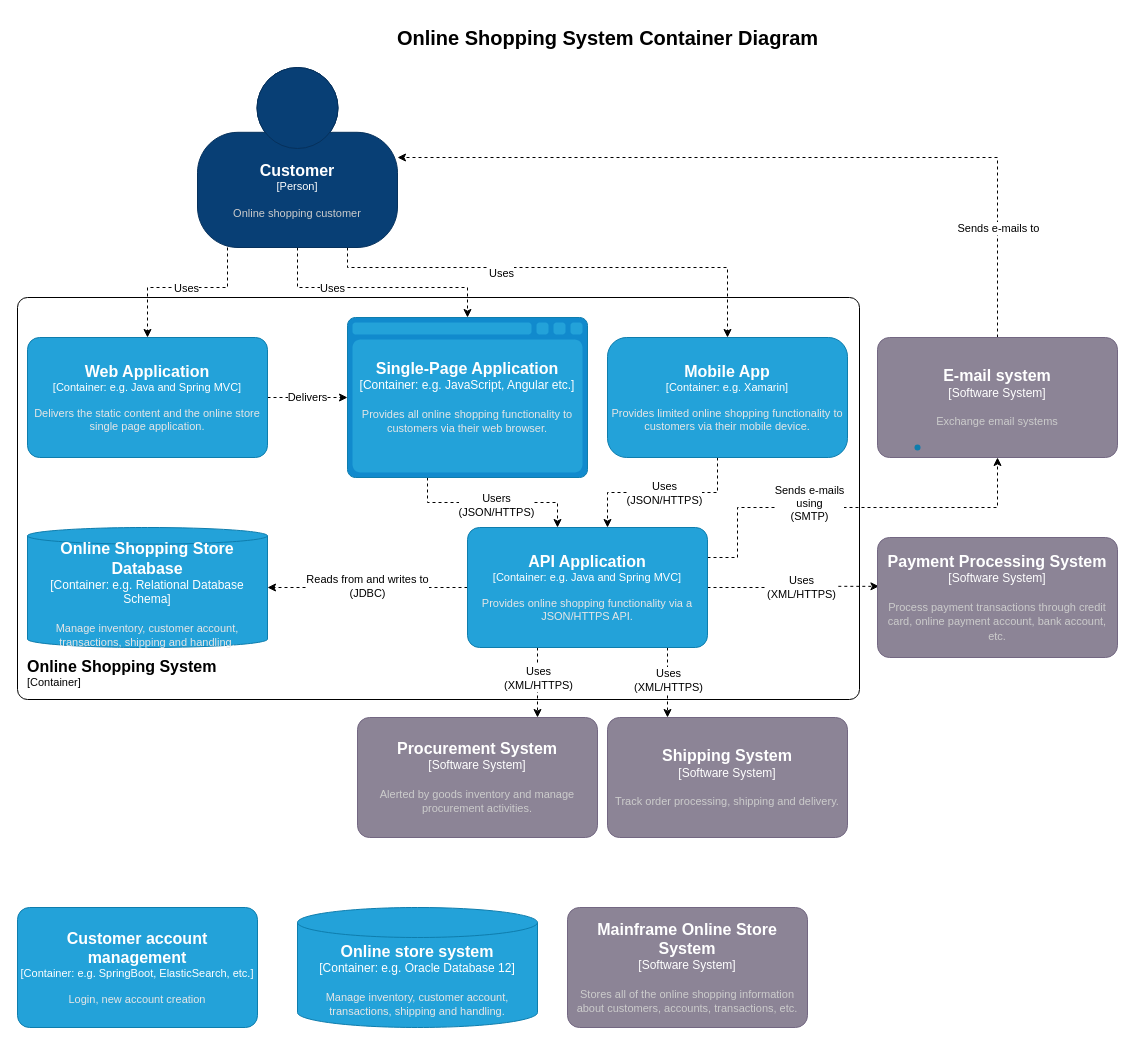
ilvfruits/hello-world keeps this draw.io diagram as OnlingShoppingStoreSystemDiagram.drawio. Above is the earlier version. Source tidied: cells renumbered, new cells numbered last; positions are measured from the earlier drawing's top-left corner, leaving out a move shared by most shapes. Both pictures are drawn from the tidied source at 100%, with x=0, y=0 at pixel (17, 17).
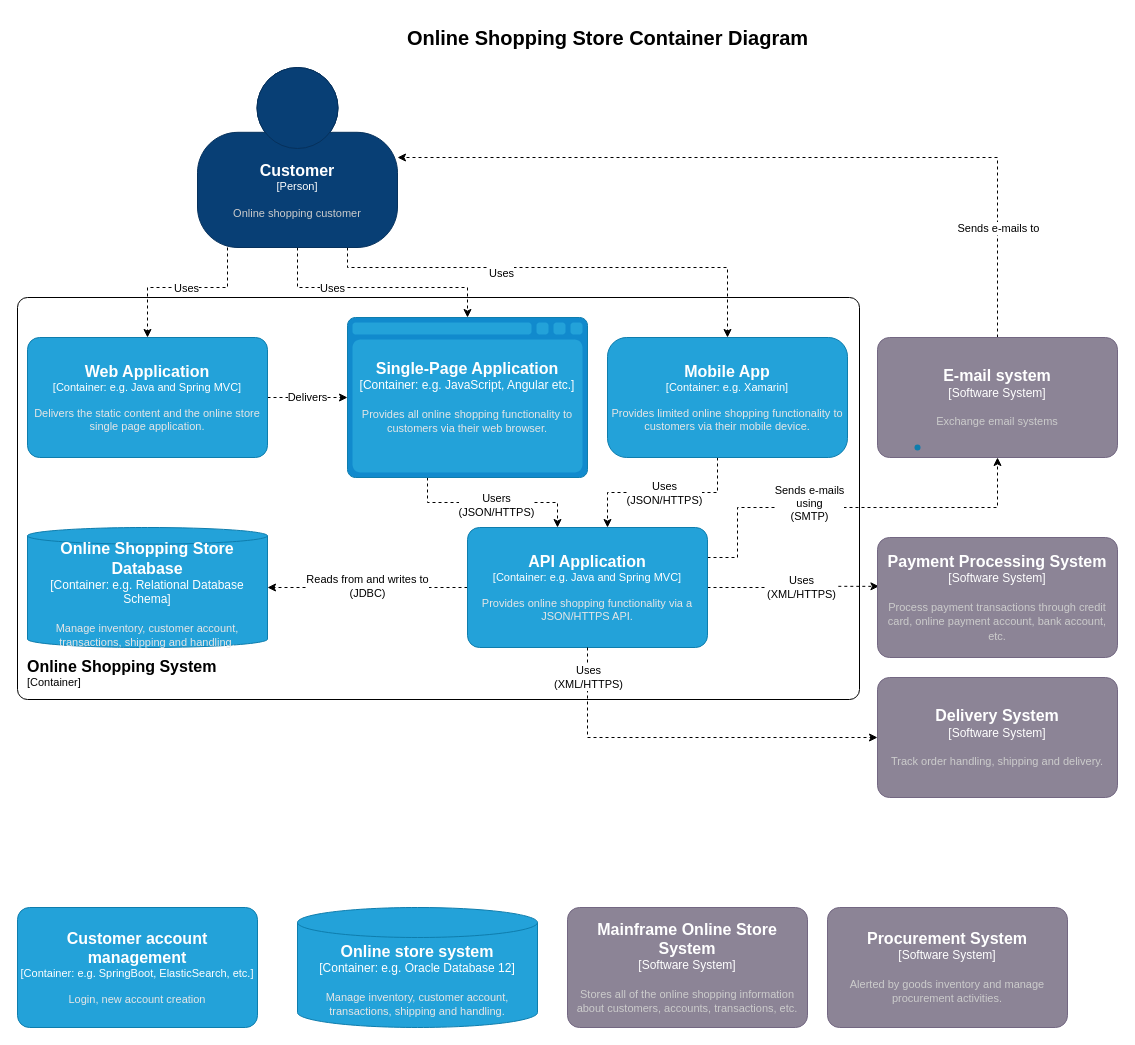
After the change.

The change refers to these unchanged cells:
```xml
<object id="35" label="&lt;font style=&quot;font-size: 16px&quot;&gt;&lt;b&gt;%c4Name%&lt;/b&gt;&lt;/font&gt;&lt;div&gt;[%c4Type%: %c4Technology%]&lt;/div&gt;&lt;br&gt;&lt;div&gt;&lt;font style=&quot;font-size: 11px&quot;&gt;&lt;font color=&quot;#E6E6E6&quot;&gt;%c4Description%&lt;/font&gt;&lt;/div&gt;" c4Description="Provides online shopping functionality via a JSON/HTTPS API." c4Name="API Application" c4Technology="e.g. Java and Spring MVC" c4Type="Container" placeholders="1">
  <mxCell style="rounded=1;whiteSpace=wrap;html=1;fontSize=11;labelBackgroundColor=none;fillColor=#23A2D9;fontColor=#ffffff;align=center;arcSize=10;strokeColor=#0E7DAD;points=[[0.25,0,0],[0.5,0,0],[0.75,0,0],[1,0.25,0],[1,0.5,0],[1,0.75,0],[0.75,1,0],[0.5,1,0],[0.25,1,0],[0,0.75,0],[0,0.5,0],[0,0.25,0]];" parent="1" vertex="1">
    <mxGeometry x="450" y="510" width="240" height="120" as="geometry" />
  </mxCell>
</object>
```

What changed in the source:
```diff
@@
-    <mxCell id="31" style="edgeStyle=orthogonalEdgeStyle;rounded=0;jettySize=auto;html=1;dashed=1;" parent="1" edge="1" source="35" target="40">
-      <mxGeometry relative="1" as="geometry">
-        <Array as="points">
-          <mxPoint x="520" y="660" />
-          <mxPoint x="520" y="660" />
-        </Array>
-      </mxGeometry>
-    </mxCell>
-    <mxCell id="32" value="Uses&lt;br&gt;(XML/HTTPS)" style="edgeLabel;html=1;align=center;verticalAlign=middle;" parent="31" vertex="1">
-      <mxGeometry x="-0.3" y="1" relative="1" as="geometry">
-        <mxPoint x="-1" y="5" as="offset" />
-      </mxGeometry>
-    </mxCell>
-    <mxCell id="33" style="edgeStyle=orthogonalEdgeStyle;rounded=0;jettySize=auto;html=1;entryX=0.25;entryY=0;entryDx=0;entryDy=0;entryPerimeter=0;dashed=1;" parent="1" edge="1" source="35" target="38">
-      <mxGeometry relative="1" as="geometry">
-        <Array as="points">
-          <mxPoint x="650" y="650" />
-          <mxPoint x="650" y="650" />
-        </Array>
-      </mxGeometry>
-    </mxCell>
-    <mxCell id="34" value="Uses&lt;br&gt;(XML/HTTPS)" style="edgeLabel;html=1;align=center;verticalAlign=middle;" parent="33" vertex="1">
-      <mxGeometry x="-0.09" relative="1" as="geometry" />
-    </mxCell>
@@
-    <mxCell id="37" value="&lt;font style=&quot;font-size: 20px;&quot;&gt;&lt;b&gt;Online Shopping System Container Diagram&lt;br&gt;&lt;/b&gt;&lt;/font&gt;" style="text;html=1;align=center;verticalAlign=middle;strokeColor=none;fillColor=none;" parent="1" vertex="1">
-      <mxGeometry x="370" width="440" height="40" as="geometry" />
+    <mxCell id="37" value="&lt;font style=&quot;font-size: 20px;&quot;&gt;&lt;b&gt;Online Shopping Store Container Diagram&lt;br&gt;&lt;/b&gt;&lt;/font&gt;" style="text;html=1;align=center;verticalAlign=middle;strokeColor=none;fillColor=none;" parent="1" vertex="1">
+      <mxGeometry x="380" width="420" height="40" as="geometry" />
     </mxCell>
-    <object id="38" label="&lt;font style=&quot;font-size: 16px&quot;&gt;&lt;b&gt;%c4Name%&lt;/b&gt;&lt;/font&gt;&lt;div&gt;[%c4Type%]&lt;/div&gt;&lt;br&gt;&lt;div&gt;&lt;font style=&quot;font-size: 11px&quot;&gt;&lt;font color=&quot;#cccccc&quot;&gt;%c4Description%&lt;/font&gt;&lt;/div&gt;" c4Description="Track order processing, shipping and delivery." c4Name="Shipping System" c4Type="Software System" placeholders="1">
+    <object id="38" label="&lt;font style=&quot;font-size: 16px&quot;&gt;&lt;b&gt;%c4Name%&lt;/b&gt;&lt;/font&gt;&lt;div&gt;[%c4Type%]&lt;/div&gt;&lt;br&gt;&lt;div&gt;&lt;font style=&quot;font-size: 11px&quot;&gt;&lt;font color=&quot;#cccccc&quot;&gt;%c4Description%&lt;/font&gt;&lt;/div&gt;" c4Description="Track order handling, shipping and delivery." c4Name="Delivery System" c4Type="Software System" placeholders="1">
       <mxCell style="rounded=1;whiteSpace=wrap;html=1;labelBackgroundColor=none;fillColor=#8C8496;fontColor=#ffffff;align=center;arcSize=10;strokeColor=#736782;points=[[0.25,0,0],[0.5,0,0],[0.75,0,0],[1,0.25,0],[1,0.5,0],[1,0.75,0],[0.75,1,0],[0.5,1,0],[0.25,1,0],[0,0.75,0],[0,0.5,0],[0,0.25,0]];" parent="1" vertex="1">
-        <mxGeometry x="590" y="700" width="240" height="120" as="geometry" />
+        <mxGeometry x="860" y="660" width="240" height="120" as="geometry" />
       </mxCell>
     </object>
@@
     <object id="40" label="&lt;font style=&quot;font-size: 16px&quot;&gt;&lt;b&gt;%c4Name%&lt;/b&gt;&lt;/font&gt;&lt;div&gt;[%c4Type%]&lt;/div&gt;&lt;br&gt;&lt;div&gt;&lt;font style=&quot;font-size: 11px&quot;&gt;&lt;font color=&quot;#cccccc&quot;&gt;%c4Description%&lt;/font&gt;&lt;/div&gt;" c4Description="Alerted by goods inventory and manage procurement activities." c4Name="Procurement System" c4Type="Software System" placeholders="1">
       <mxCell style="rounded=1;whiteSpace=wrap;html=1;labelBackgroundColor=none;fillColor=#8C8496;fontColor=#ffffff;align=center;arcSize=10;strokeColor=#736782;points=[[0.25,0,0],[0.5,0,0],[0.75,0,0],[1,0.25,0],[1,0.5,0],[1,0.75,0],[0.75,1,0],[0.5,1,0],[0.25,1,0],[0,0.75,0],[0,0.5,0],[0,0.25,0]];" parent="1" vertex="1">
-        <mxGeometry x="340" y="700" width="240" height="120" as="geometry" />
+        <mxGeometry x="810" y="890" width="240" height="120" as="geometry" />
       </mxCell>
     </object>
+    <mxCell id="33" style="edgeStyle=none;jettySize=auto;html=1;rounded=0;entryX=0;entryY=0.5;entryDx=0;entryDy=0;entryPerimeter=0;exitX=0.5;exitY=1;exitDx=0;exitDy=0;exitPerimeter=0;dashed=1;" parent="1" edge="1" source="35" target="38">
+      <mxGeometry relative="1" as="geometry">
+        <Array as="points">
+          <mxPoint x="570" y="720" />
+        </Array>
+      </mxGeometry>
+    </mxCell>
+    <mxCell id="41" value="Uses&lt;br&gt;(XML/HTTPS)" style="edgeLabel;html=1;align=center;verticalAlign=middle;" parent="33" vertex="1">
+      <mxGeometry x="-0.85" y="4" relative="1" as="geometry">
+        <mxPoint x="-4" as="offset" />
+      </mxGeometry>
+    </mxCell>
```
